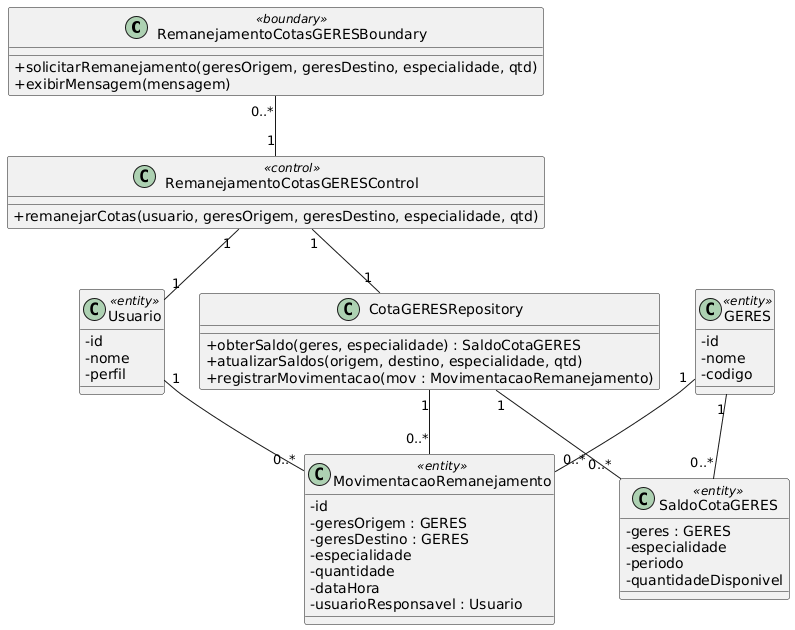
Before: Diagramas de classes/UC014.png, a diagram exported from PlantUML (EvertonFerreir4/Sistema_De_Cotas_SES).
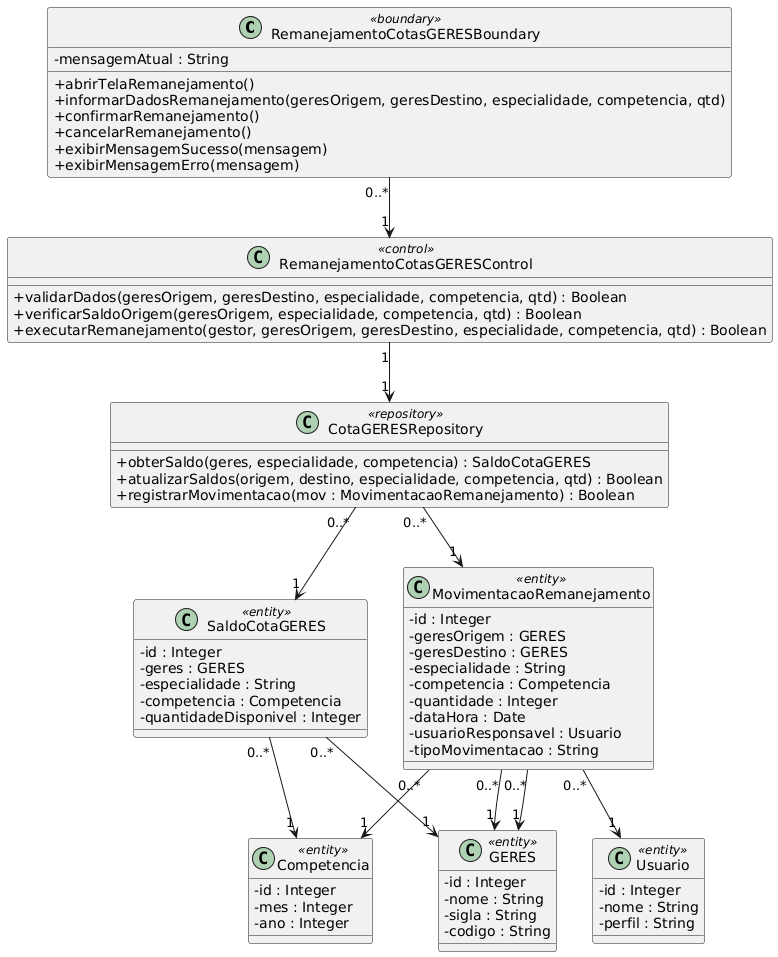
After the commit.

What changed in the source:
```diff
@@ -2,62 +2,78 @@
 skinparam classAttributeIconSize 0
 
 class RemanejamentoCotasGERESBoundary <<boundary>> {
-    +solicitarRemanejamento(geresOrigem, geresDestino, especialidade, qtd)
-    +exibirMensagem(mensagem)
+    -mensagemAtual : String
+
+    +abrirTelaRemanejamento()
+    +informarDadosRemanejamento(geresOrigem, geresDestino, especialidade, competencia, qtd)
+    +confirmarRemanejamento()
+    +cancelarRemanejamento()
+    +exibirMensagemSucesso(mensagem)
+    +exibirMensagemErro(mensagem)
 }
 
 class RemanejamentoCotasGERESControl <<control>> {
-    +remanejarCotas(usuario, geresOrigem, geresDestino, especialidade, qtd)
+    +validarDados(geresOrigem, geresDestino, especialidade, competencia, qtd) : Boolean
+    +verificarSaldoOrigem(geresOrigem, especialidade, competencia, qtd) : Boolean
+    +executarRemanejamento(gestor, geresOrigem, geresDestino, especialidade, competencia, qtd) : Boolean
+}
+
+class CotaGERESRepository <<repository>> {
+    +obterSaldo(geres, especialidade, competencia) : SaldoCotaGERES
+    +atualizarSaldos(origem, destino, especialidade, competencia, qtd) : Boolean
+    +registrarMovimentacao(mov : MovimentacaoRemanejamento) : Boolean
+}
+
+class SaldoCotaGERES <<entity>> {
+    -id : Integer
+    -geres : GERES
+    -especialidade : String
+    -competencia : Competencia
+    -quantidadeDisponivel : Integer
+}
+
+class MovimentacaoRemanejamento <<entity>> {
+    -id : Integer
+    -geresOrigem : GERES
+    -geresDestino : GERES
+    -especialidade : String
+    -competencia : Competencia
+    -quantidade : Integer
+    -dataHora : Date
+    -usuarioResponsavel : Usuario
+    -tipoMovimentacao : String
 }
 
 class GERES <<entity>> {
-    -id
-    -nome
-    -codigo
+    -id : Integer
+    -nome : String
+    -sigla : String
+    -codigo : String
 }
 
-class SaldoCotaGERES <<entity>> {
-    -geres : GERES
-    -especialidade
-    -periodo
-    -quantidadeDisponivel
-}
-
-class MovimentacaoRemanejamento <<entity>> {
-    -id
-    -geresOrigem : GERES
-    -geresDestino : GERES
-    -especialidade
-    -quantidade
-    -dataHora
-    -usuarioResponsavel : Usuario
+class Competencia <<entity>> {
+    -id : Integer
+    -mes : Integer
+    -ano : Integer
 }
 
 class Usuario <<entity>> {
-    -id
-    -nome
-    -perfil
+    -id : Integer
+    -nome : String
+    -perfil : String
 }
 
-class CotaGERESRepository {
-    +obterSaldo(geres, especialidade) : SaldoCotaGERES
-    +atualizarSaldos(origem, destino, especialidade, qtd)
-    +registrarMovimentacao(mov : MovimentacaoRemanejamento)
-}
+RemanejamentoCotasGERESBoundary "0..*" --> "1" RemanejamentoCotasGERESControl
+RemanejamentoCotasGERESControl "1" --> "1" CotaGERESRepository
 
-RemanejamentoCotasGERESBoundary "0..*" -- "1" RemanejamentoCotasGERESControl
+CotaGERESRepository "0..*" --> "1" SaldoCotaGERES
+CotaGERESRepository "0..*" --> "1" MovimentacaoRemanejamento
 
-RemanejamentoCotasGERESControl "1" -- "1" Usuario
+SaldoCotaGERES "0..*" --> "1" GERES
+SaldoCotaGERES "0..*" --> "1" Competencia
 
-GERES "1" -- "0..*" SaldoCotaGERES
-
-Usuario "1" -- "0..*" MovimentacaoRemanejamento
-
-GERES "1" -- "0..*" MovimentacaoRemanejamento
-
-RemanejamentoCotasGERESControl "1" -- "1" CotaGERESRepository
-
-CotaGERESRepository "1" -- "0..*" SaldoCotaGERES
-
-CotaGERESRepository "1" -- "0..*" MovimentacaoRemanejamento
+MovimentacaoRemanejamento "0..*" --> "1" GERES
+MovimentacaoRemanejamento "0..*" --> "1" GERES
+MovimentacaoRemanejamento "0..*" --> "1" Competencia
+MovimentacaoRemanejamento "0..*" --> "1" Usuario
 @enduml
```
